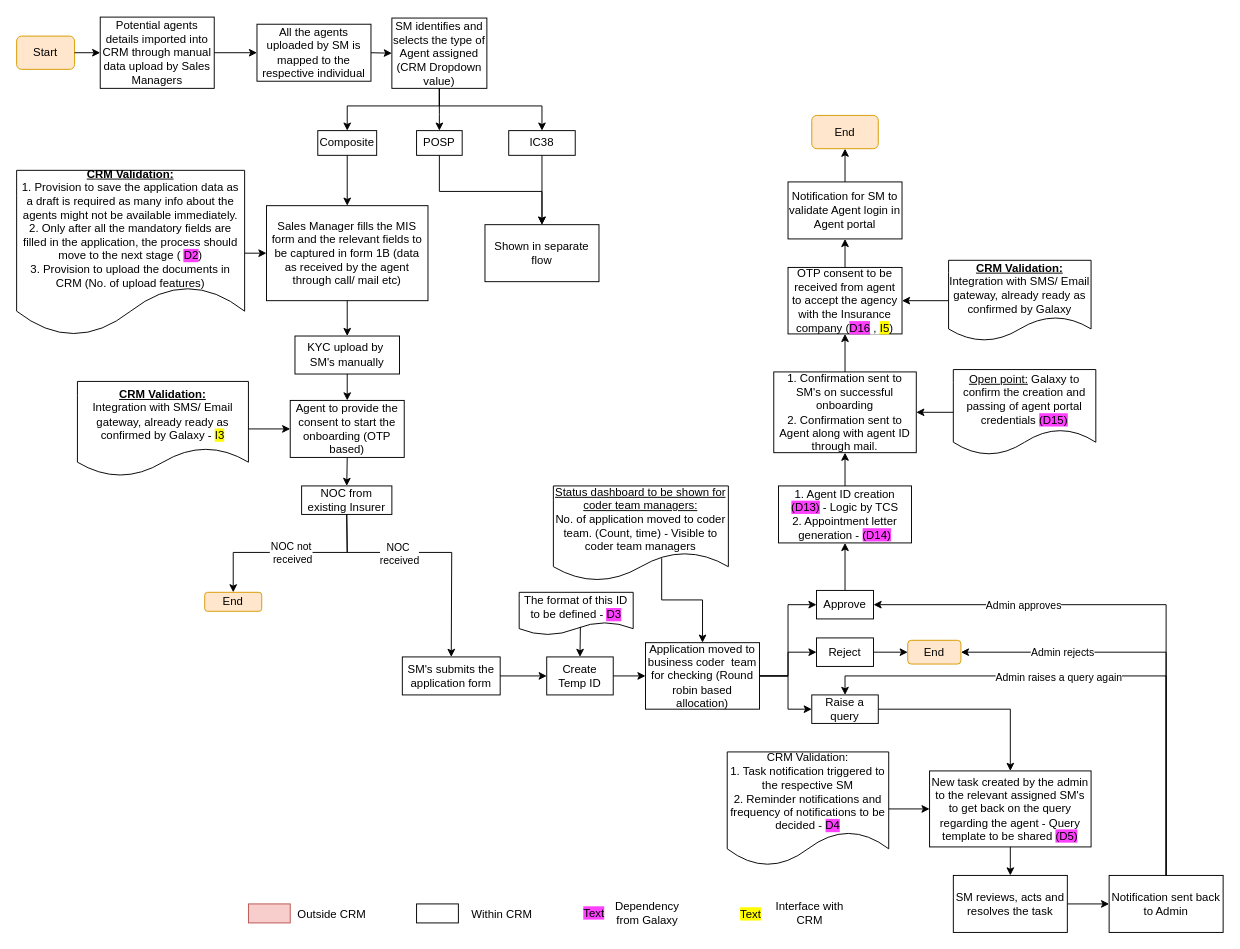
Earlier version of the draw.io diagram Agent Onboarding Composite MVP 1.drawio (shaileshsreedar/Galaxy). Source tidied: cells renumbered, new cells numbered last; positions are measured from the earlier drawing's top-left corner, leaving out a move shared by most shapes. Both pictures are drawn from the tidied source at 95%, with x=0, y=0 at pixel (16, 16).
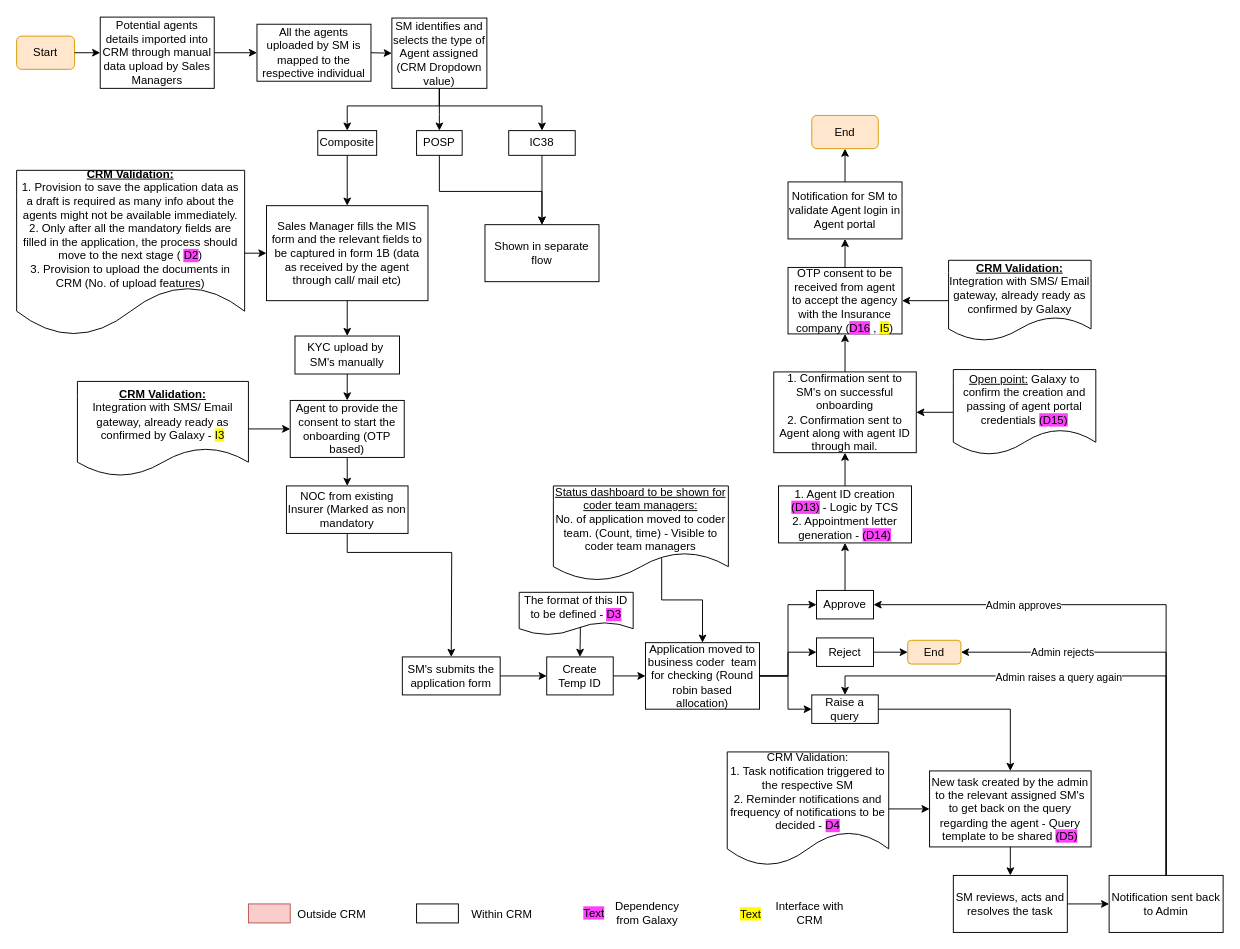
The same diagram, later.

The change refers to these unchanged cells:
```xml
<mxCell id="30" style="endArrow=classic;html=1;rounded=0;exitX=0.5;exitY=1;exitDx=0;exitDy=0;entryX=0.5;entryY=0;entryDx=0;entryDy=0;" parent="1" edge="1" source="25" target="29">
  <mxGeometry relative="1" as="geometry">
    <Array as="points">
      <mxPoint x="348" y="564" />
      <mxPoint x="458" y="564" />
    </Array>
  </mxGeometry>
</mxCell>
```

What changed in the source:
```diff
@@
-    <mxCell id="25" value="NOC from existing Insurer" style="rounded=0;whiteSpace=wrap;html=1;" parent="1" vertex="1">
-      <mxGeometry x="300" y="494" width="95" height="30" as="geometry" />
+    <mxCell id="25" value="NOC from existing Insurer (Marked as non mandatory" style="rounded=0;whiteSpace=wrap;html=1;" parent="1" vertex="1">
+      <mxGeometry x="284" y="494" width="128" height="50" as="geometry" />
     </mxCell>
@@
-    <mxCell id="27" style="endArrow=classic;html=1;rounded=0;entryX=0.5;entryY=0;entryDx=0;entryDy=0;exitX=0.5;exitY=1;exitDx=0;exitDy=0;" parent="1" edge="1" source="25" target="85">
-      <mxGeometry relative="1" as="geometry">
-        <Array as="points">
-          <mxPoint x="348" y="564" />
-          <mxPoint x="228" y="564" />
-        </Array>
-      </mxGeometry>
-    </mxCell>
-    <mxCell id="28" value="NOC not&lt;div&gt;&amp;nbsp;received&lt;/div&gt;" style="edgeLabel;html=1;align=center;verticalAlign=middle;" parent="27" vertex="1">
-      <mxGeometry x="0.24" y="-1" relative="1" as="geometry">
-        <mxPoint x="25" y="1" as="offset" />
-      </mxGeometry>
-    </mxCell>
@@
-    <mxCell id="31" value="NOC&amp;nbsp;&lt;div&gt;received&lt;/div&gt;" style="edgeLabel;html=1;align=center;verticalAlign=middle;" parent="30" vertex="1">
-      <mxGeometry x="-0.01" y="-1" relative="1" as="geometry">
-        <mxPoint x="-34" as="offset" />
-      </mxGeometry>
-    </mxCell>
@@
-    <mxCell id="85" value="End" style="rounded=1;whiteSpace=wrap;html=1;fillColor=#ffe6cc;strokeColor=#d79b00;" parent="1" vertex="1">
-      <mxGeometry x="198" y="606" width="60" height="20" as="geometry" />
-    </mxCell>
```
